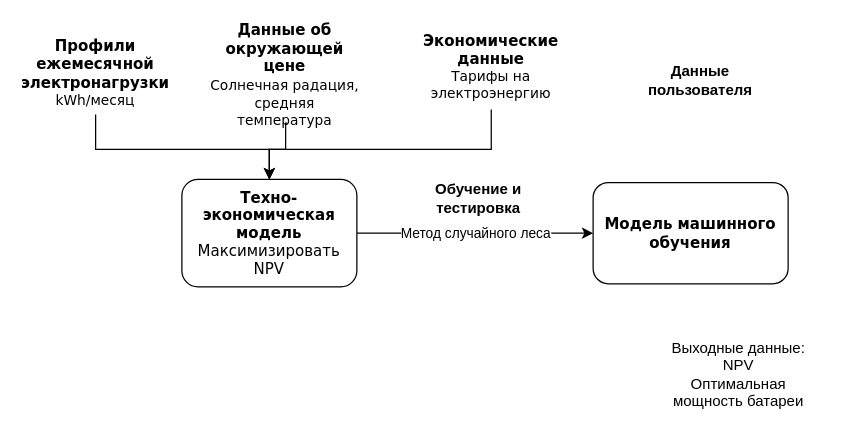
Earlier version of the draw.io diagram Диаграмма без названия.drawio (nikitaptl/works-Java-Kotlin). Source tidied: cells renumbered, new cells numbered last; positions are measured from the earlier drawing's top-left corner, leaving out a move shared by most shapes. Both pictures are drawn from the tidied source at 125%, with x=0, y=0 at pixel (30, 24).
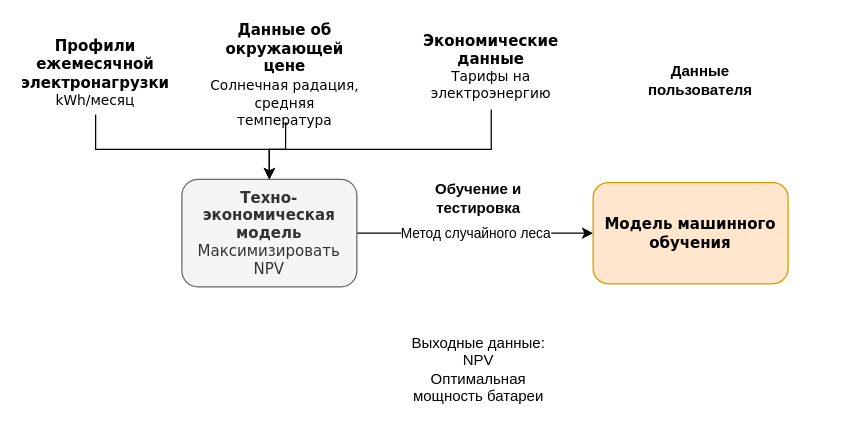
Above is the later version.

Change to the diagram source:
```diff
@@
 <mxGraphModel>
   <root>
     <mxCell id="0" />
     <mxCell id="1" parent="0" />
     <mxCell id="2" value="Метод случайного леса" style="edgeStyle=orthogonalEdgeStyle;rounded=0;jettySize=auto;html=1;" parent="1" edge="1" source="3" target="4">
       <mxGeometry relative="1" as="geometry" />
     </mxCell>
-    <mxCell id="3" value="&lt;font&gt;&lt;b&gt;Техно-экономическая модель&lt;/b&gt;&lt;/font&gt;&lt;div&gt;&lt;font&gt;Максимизировать NPV&lt;/font&gt;&lt;/div&gt;" style="rounded=1;whiteSpace=wrap;html=1;fontFamily=Verdana;" parent="1" vertex="1">
+    <mxCell id="3" value="&lt;font&gt;&lt;b&gt;Техно-экономическая модель&lt;/b&gt;&lt;/font&gt;&lt;div&gt;&lt;font&gt;Максимизировать NPV&lt;/font&gt;&lt;/div&gt;" style="rounded=1;whiteSpace=wrap;html=1;fontFamily=Verdana;fillColor=#f5f5f5;fontColor=#333333;strokeColor=#666666;" parent="1" vertex="1">
       <mxGeometry x="121" y="124" width="140" height="86" as="geometry" />
     </mxCell>
-    <mxCell id="4" value="&lt;b&gt;Модель машинного обучения&lt;/b&gt;" style="rounded=1;whiteSpace=wrap;html=1;fontFamily=Verdana;" parent="1" vertex="1">
+    <mxCell id="4" value="&lt;b&gt;Модель машинного обучения&lt;/b&gt;" style="rounded=1;whiteSpace=wrap;html=1;fontFamily=Verdana;fillColor=#ffe6cc;strokeColor=#d79b00;" parent="1" vertex="1">
       <mxGeometry x="450" y="126.5" width="156" height="81" as="geometry" />
     </mxCell>
     <mxCell id="5" style="edgeStyle=orthogonalEdgeStyle;rounded=0;jettySize=auto;html=1;" parent="1" edge="1" target="3">
       <mxGeometry relative="1" as="geometry">
         <mxPoint x="205" y="79" as="sourcePoint" />
         <Array as="points">
           <mxPoint x="204" y="100" />
           <mxPoint x="191" y="100" />
         </Array>
       </mxGeometry>
     </mxCell>
     <mxCell id="6" value="&lt;b&gt;Данные об окружающей цене&lt;/b&gt;&lt;div&gt;&lt;font style=&quot;font-size: 11px;&quot;&gt;Солнечная радация, средняя температура&lt;/font&gt;&lt;/div&gt;" style="text;html=1;align=center;verticalAlign=middle;whiteSpace=wrap;rounded=0;fontFamily=Verdana;" parent="1" vertex="1">
       <mxGeometry x="139" y="9" width="129" height="63" as="geometry" />
     </mxCell>
     <mxCell id="7" style="edgeStyle=orthogonalEdgeStyle;rounded=0;jettySize=auto;html=1;entryX=0.5;entryY=0;entryDx=0;entryDy=0;" parent="1" edge="1" source="8" target="3">
       <mxGeometry relative="1" as="geometry">
         <Array as="points">
           <mxPoint x="52" y="100" />
           <mxPoint x="191" y="100" />
         </Array>
       </mxGeometry>
     </mxCell>
     <mxCell id="8" value="&lt;b&gt;Профили ежемесячной электронагрузки&lt;/b&gt;&lt;div&gt;&lt;font style=&quot;font-size: 11px;&quot;&gt;kWh/месяц&lt;/font&gt;&lt;/div&gt;" style="text;html=1;align=center;verticalAlign=middle;whiteSpace=wrap;rounded=0;fontFamily=Verdana;" parent="1" vertex="1">
       <mxGeometry y="6" width="104" height="66" as="geometry" />
     </mxCell>
     <mxCell id="9" style="edgeStyle=orthogonalEdgeStyle;rounded=0;jettySize=auto;html=1;" parent="1" edge="1" source="10" target="3">
       <mxGeometry relative="1" as="geometry">
         <Array as="points">
           <mxPoint x="369" y="100" />
           <mxPoint x="191" y="100" />
         </Array>
       </mxGeometry>
     </mxCell>
     <mxCell id="10" value="&lt;b style=&quot;&quot;&gt;&lt;font style=&quot;font-size: 12px;&quot;&gt;Экономические данные&lt;/font&gt;&lt;/b&gt;&lt;div style=&quot;font-size: 11px;&quot;&gt;&lt;font style=&quot;font-size: 11px;&quot;&gt;Тарифы на электроэнергию&lt;/font&gt;&lt;/div&gt;" style="text;html=1;align=center;verticalAlign=middle;whiteSpace=wrap;rounded=0;fontFamily=Verdana;" parent="1" vertex="1">
       <mxGeometry x="300" width="137" height="68" as="geometry" />
     </mxCell>
     <mxCell id="11" value="&lt;b&gt;Данные пользователя&lt;/b&gt;" style="text;html=1;align=center;verticalAlign=middle;whiteSpace=wrap;rounded=0;" parent="1" vertex="1">
       <mxGeometry x="506" y="30" width="60" height="30" as="geometry" />
     </mxCell>
     <mxCell id="12" value="&lt;b&gt;Обучение и тестировка&lt;/b&gt;" style="text;html=1;align=center;verticalAlign=middle;whiteSpace=wrap;rounded=0;" parent="1" vertex="1">
       <mxGeometry x="306" y="124" width="105" height="30" as="geometry" />
     </mxCell>
     <mxCell id="13" value="Выходные данные:&lt;div&gt;NPV&lt;/div&gt;&lt;div&gt;Оптимальная мощность батареи&lt;/div&gt;" style="text;html=1;align=center;verticalAlign=middle;whiteSpace=wrap;rounded=0;" parent="1" vertex="1">
-      <mxGeometry x="498" y="265" width="137" height="30" as="geometry" />
+      <mxGeometry x="290" y="246" width="137" height="60" as="geometry" />
     </mxCell>
   </root>
 </mxGraphModel>
```
